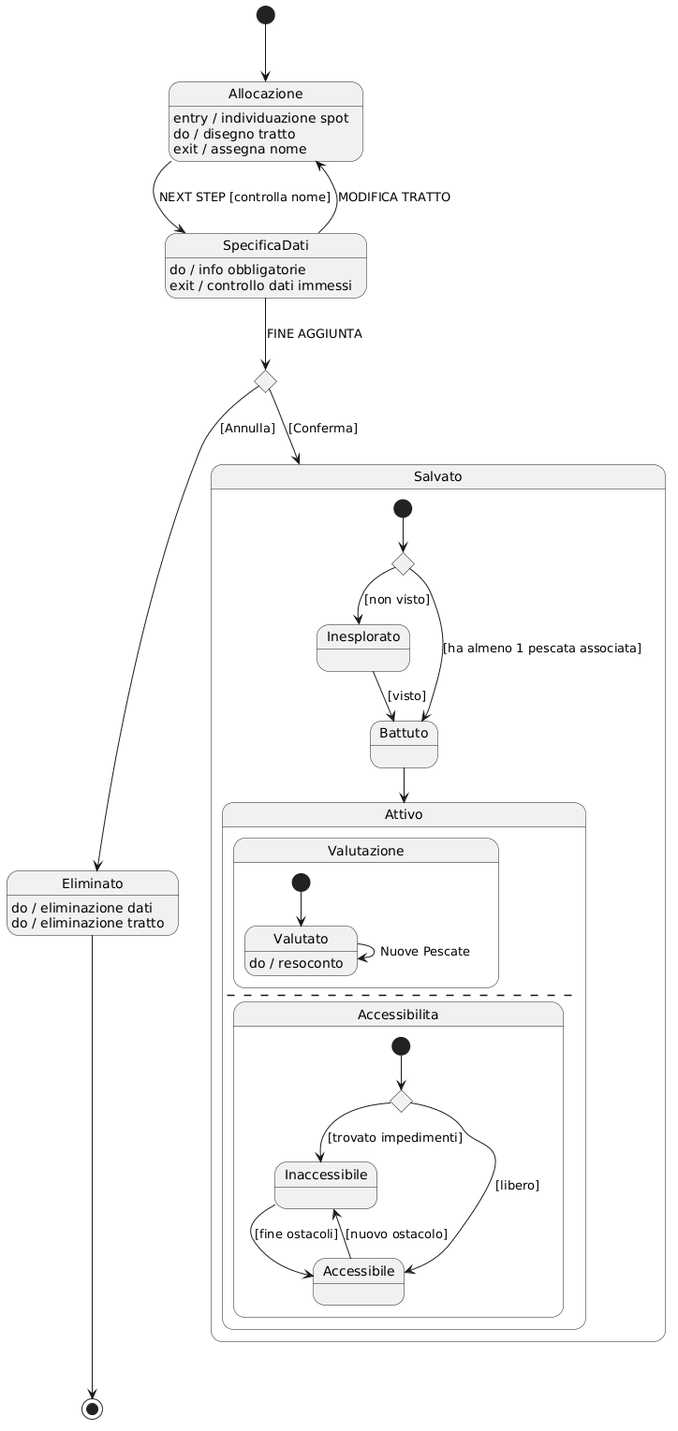
Earlier version of the PlantUML export docs/statiSpot.png (LocaCele04/LC_Tesi). Source of this version:
```plantuml
@startuml
[*] --> Allocazione

Allocazione : entry / individuazione spot
Allocazione : do / disegno tratto
Allocazione : exit / assegna nome

Allocazione --> SpecificaDati : NEXT STEP [controlla nome]

SpecificaDati : do / info obbligatorie
SpecificaDati : exit / controllo dati immessi

SpecificaDati --> Allocazione : MODIFICA TRATTO
SpecificaDati --> ChoiceFine : FINE AGGIUNTA

state ChoiceFine <<choice>>
ChoiceFine --> Salvato : [Conferma]
ChoiceFine --> Eliminato : [Annulla]

Eliminato : do / eliminazione dati
Eliminato : do / eliminazione tratto
Eliminato --> [*]

state Salvato {

  [*] --> SceltaIniziale
  state SceltaIniziale <<choice>>
  SceltaIniziale --> Inesplorato : [non visto]
  SceltaIniziale --> Battuto : [ha almeno 1 pescata associata]

  Inesplorato --> Battuto : [visto]

  Battuto --> Attivo

  state Attivo{

    state Valutazione {
      [*] --> Valutato
      Valutato : do / resoconto
      Valutato --> Valutato : Nuove Pescate
    }

    --

    state Accessibilita {
      [*] --> SceltaAccesso
      state SceltaAccesso <<choice>>
      SceltaAccesso --> Inaccessibile : [trovato impedimenti]
      SceltaAccesso --> Accessibile : [libero]

      Inaccessibile --> Accessibile : [fine ostacoli]
      Accessibile --> Inaccessibile : [nuovo ostacolo]
    }
  }
}
@enduml
```
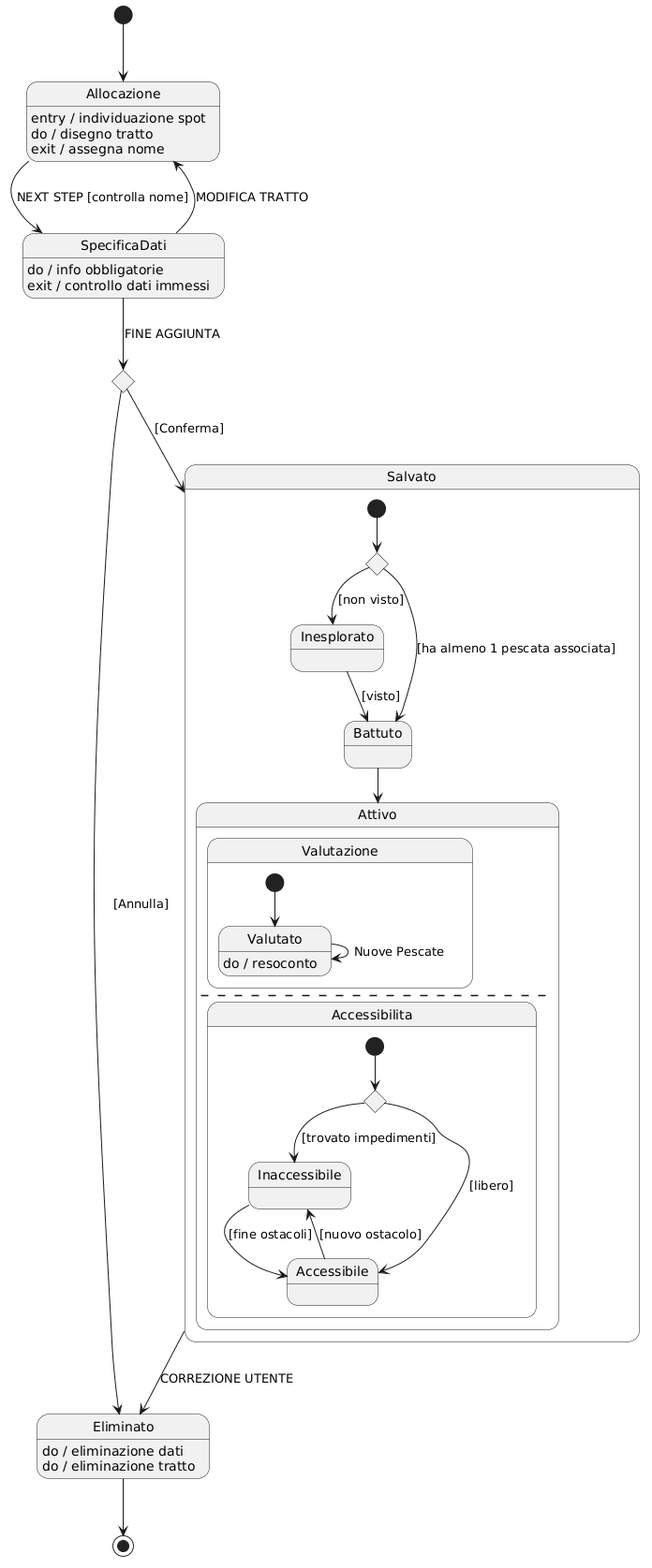
Above is the later version.

Commit message:
conclusione stato salvato

Diff of the diagram source:
```diff
@@ -20,6 +20,8 @@
 Eliminato : do / eliminazione dati
 Eliminato : do / eliminazione tratto
 Eliminato --> [*]
+
+Salvato --> Eliminato : CORREZIONE UTENTE
 
 state Salvato {
 
```
